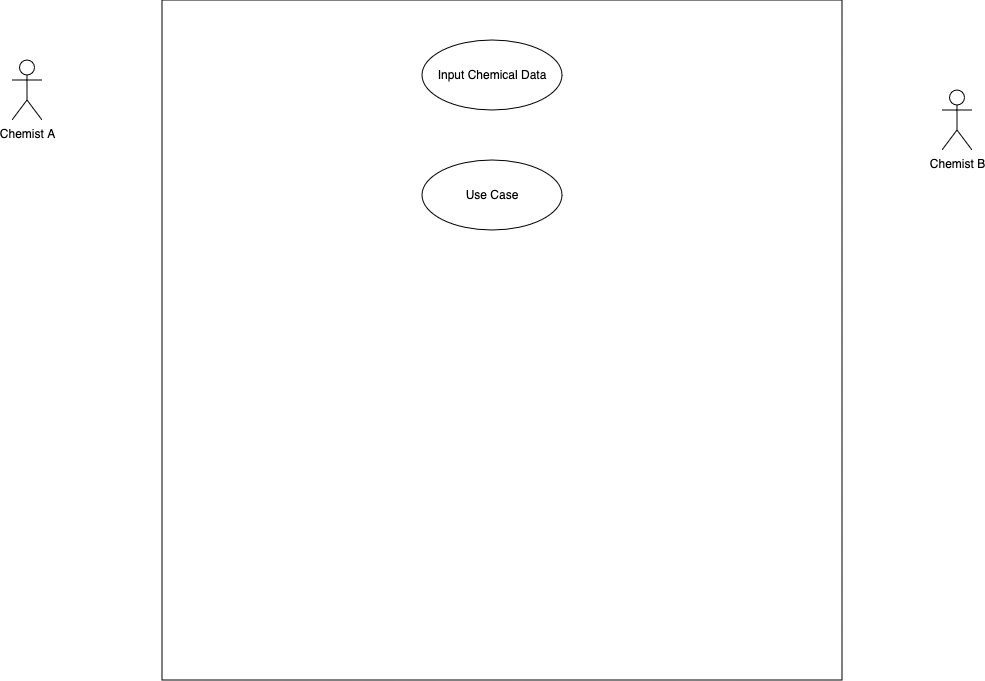
Above: use-case.png in a-l-a-z-a-r/Chemical-Mixing-Data-Synthesis (draw.io), before the change. Source tidied: cells renumbered, new cells last; positions are measured from the earlier drawing's top-left corner, leaving out a move shared by most shapes.
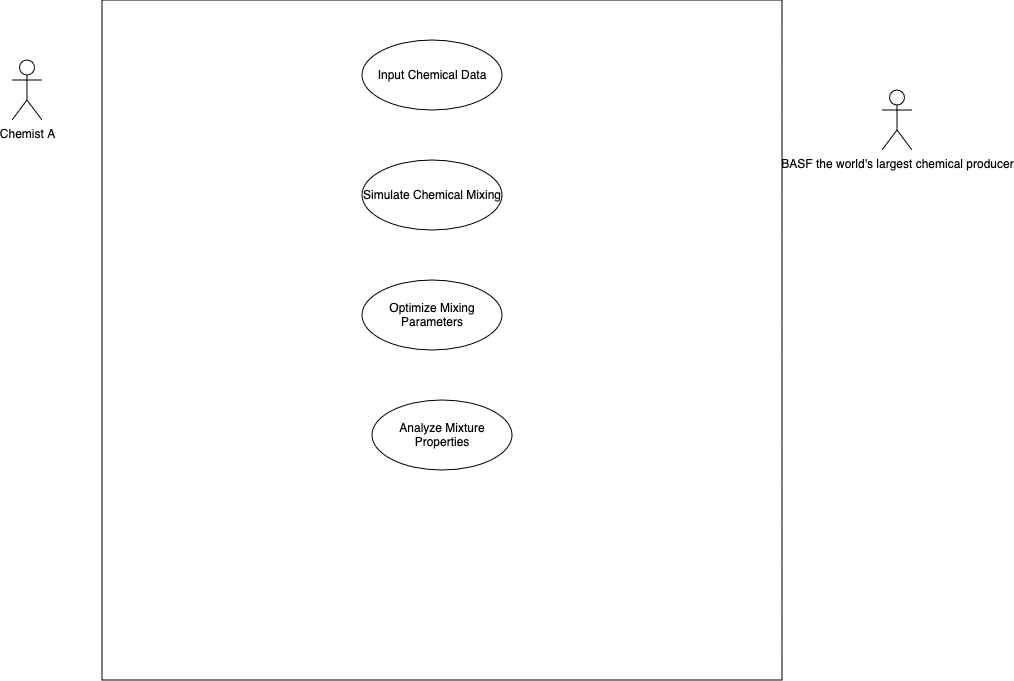
The same diagram one commit later.

What changed in the source:
```diff
@@ -6,16 +6,22 @@
       <mxGeometry x="150" width="680" height="680" as="geometry" />
     </mxCell>
     <mxCell id="3" value="Chemist A" style="shape=umlActor;verticalLabelPosition=bottom;verticalAlign=top;html=1;labelBackgroundColor=none;" parent="1" vertex="1">
-      <mxGeometry y="60" width="30" height="60" as="geometry" />
+      <mxGeometry x="60" y="60" width="30" height="60" as="geometry" />
     </mxCell>
-    <mxCell id="4" value="&lt;div&gt;Chemist B&lt;/div&gt;&lt;div&gt;&lt;br&gt;&lt;/div&gt;" style="shape=umlActor;verticalLabelPosition=bottom;verticalAlign=top;html=1;labelBackgroundColor=none;" parent="1" vertex="1">
+    <mxCell id="4" value="BASF the world's largest chemical producer" style="shape=umlActor;verticalLabelPosition=bottom;verticalAlign=top;html=1;labelBackgroundColor=none;" parent="1" vertex="1">
       <mxGeometry x="930" y="90" width="30" height="60" as="geometry" />
     </mxCell>
     <mxCell id="5" value=" Input Chemical Data" style="ellipse;whiteSpace=wrap;html=1;labelBackgroundColor=none;" parent="1" vertex="1">
       <mxGeometry x="410" y="40" width="140" height="70" as="geometry" />
     </mxCell>
-    <mxCell id="6" value="Use Case" style="ellipse;whiteSpace=wrap;html=1;labelBackgroundColor=none;" parent="1" vertex="1">
+    <mxCell id="6" value="Simulate Chemical Mixing" style="ellipse;whiteSpace=wrap;html=1;labelBackgroundColor=none;" parent="1" vertex="1">
       <mxGeometry x="410" y="160" width="140" height="70" as="geometry" />
     </mxCell>
+    <mxCell id="7" value="&lt;h4&gt;&lt;span style=&quot;font-weight: normal;&quot;&gt;Optimize Mixing Parameters&lt;/span&gt;&lt;/h4&gt;" style="ellipse;whiteSpace=wrap;html=1;" parent="1" vertex="1">
+      <mxGeometry x="410" y="280" width="140" height="70" as="geometry" />
+    </mxCell>
+    <mxCell id="8" value="Analyze Mixture Properties" style="ellipse;whiteSpace=wrap;html=1;" parent="1" vertex="1">
+      <mxGeometry x="420" y="400" width="140" height="70" as="geometry" />
+    </mxCell>
   </root>
 </mxGraphModel>
```
